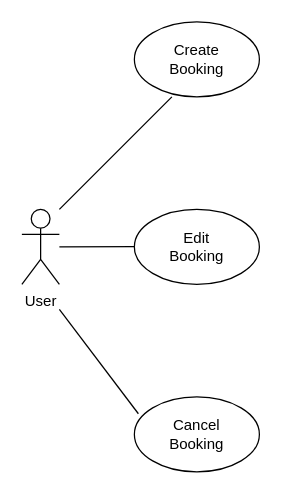
Before: use_case.drawio in sagesaintsalem/ccfirstproject, a draw.io diagram. Source tidied: cells renumbered, new cells numbered last; positions are measured from the earlier drawing's top-left corner, leaving out a move shared by most shapes. Both pictures are drawn from the tidied source at 125%, with x=0, y=0 at pixel (21, 21).
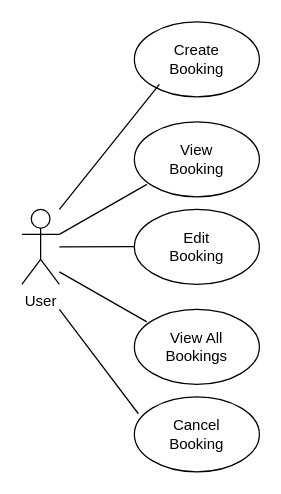
The same page after the edit.

The edit, as a diff of the source:
```diff
@@
     <mxCell id="3" style="endArrow=none;html=1;rounded=0;" parent="1" edge="1">
       <mxGeometry relative="1" as="geometry">
         <mxPoint x="30" y="150" as="sourcePoint" />
-        <mxPoint x="80" y="100" as="targetPoint" />
+        <mxPoint x="70" y="100" as="targetPoint" />
         <Array as="points">
-          <mxPoint x="120" y="60" />
+          <mxPoint x="110" y="50" />
         </Array>
       </mxGeometry>
     </mxCell>
@@
+    <mxCell id="15" style="ellipse;whiteSpace=wrap;html=1;fillColor=none;" parent="1" vertex="1">
+      <mxGeometry x="90" y="230" width="100" height="60" as="geometry" />
+    </mxCell>
+    <mxCell id="16" style="ellipse;whiteSpace=wrap;html=1;fillColor=none;" parent="1" vertex="1">
+      <mxGeometry x="90" y="80" width="100" height="60" as="geometry" />
+    </mxCell>
+    <mxCell id="17" value="View Booking" style="text;html=1;strokeColor=none;fillColor=none;align=center;verticalAlign=middle;whiteSpace=wrap;rounded=0;" parent="1" vertex="1">
+      <mxGeometry x="110" y="95" width="60" height="30" as="geometry" />
+    </mxCell>
+    <mxCell id="18" value="View All Bookings" style="text;html=1;strokeColor=none;fillColor=none;align=center;verticalAlign=middle;whiteSpace=wrap;rounded=0;" parent="1" vertex="1">
+      <mxGeometry x="110" y="245" width="60" height="30" as="geometry" />
+    </mxCell>
+    <mxCell id="19" style="endArrow=none;html=1;rounded=0;" parent="1" edge="1">
+      <mxGeometry relative="1" as="geometry">
+        <mxPoint x="30" y="170" as="sourcePoint" />
+        <mxPoint x="100" y="130" as="targetPoint" />
+      </mxGeometry>
+    </mxCell>
+    <mxCell id="20" style="endArrow=none;html=1;rounded=0;" parent="1" edge="1">
+      <mxGeometry relative="1" as="geometry">
+        <mxPoint x="30" y="200" as="sourcePoint" />
+        <mxPoint x="100" y="240" as="targetPoint" />
+      </mxGeometry>
+    </mxCell>
```
